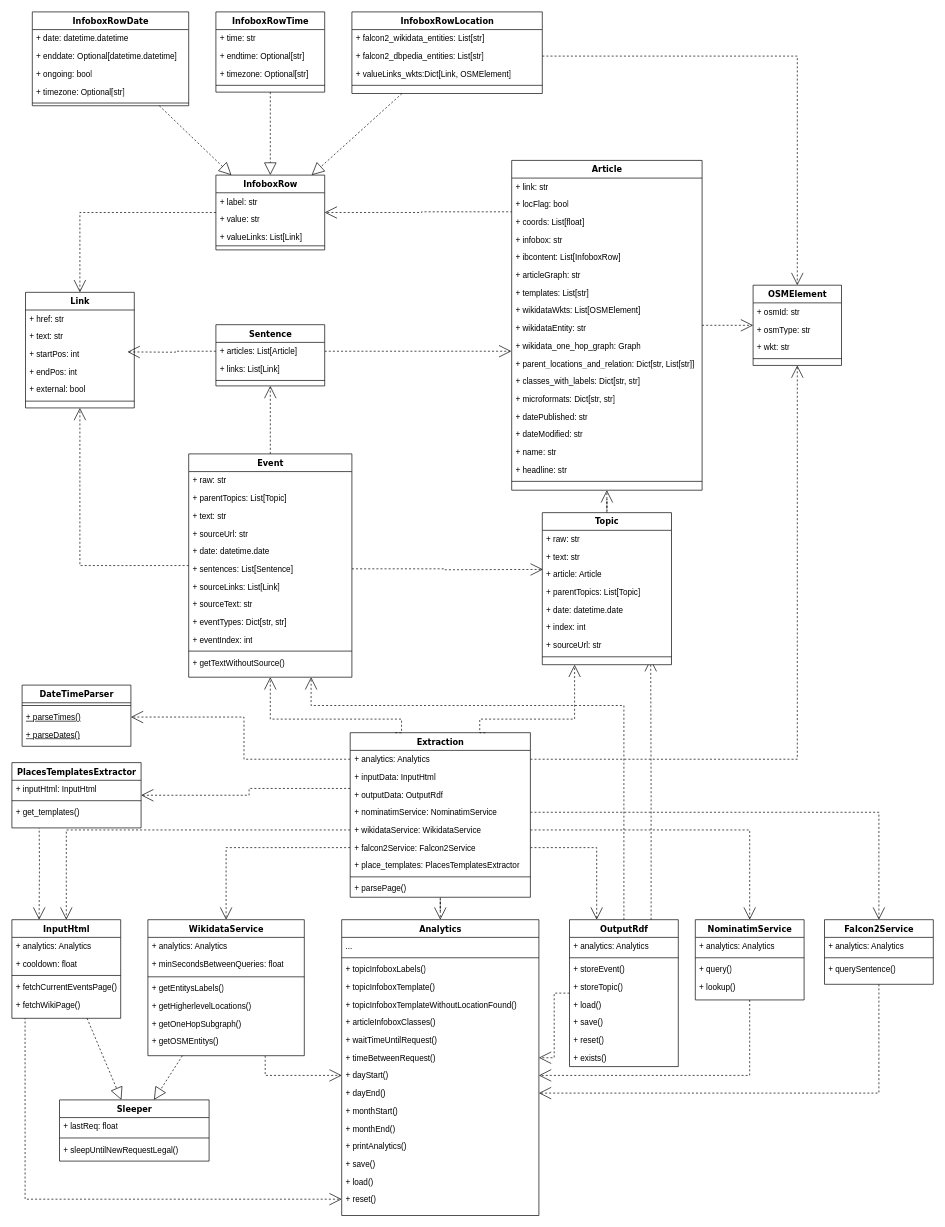
Above: docs/class_diagram.drawio in semantic-systems/current-events-to-kg (draw.io), before the change. Source tidied: cells renumbered, new cells numbered last; positions are measured from the earlier drawing's top-left corner, leaving out a move shared by most shapes. Both pictures are drawn from the tidied source at 68%, with x=0, y=0 at pixel (12, 12).
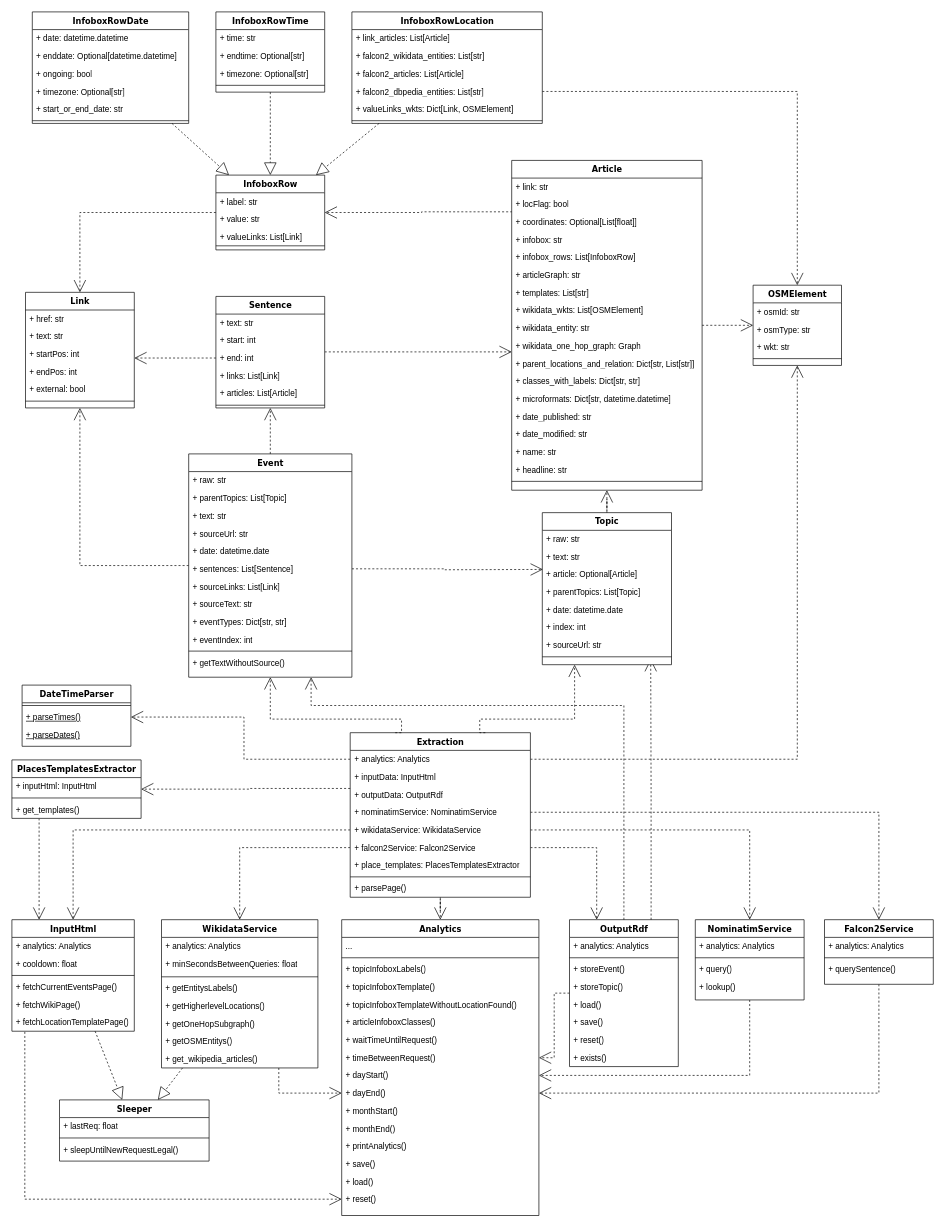
The same page after the edit.

Commit message (it also covers changes not shown here):
updated class diagram

The change refers to these unchanged cells:
```xml
<mxCell id="43" value="+ dayStart()" style="text;html=1;strokeColor=none;fillColor=none;align=left;verticalAlign=top;spacingLeft=4;spacingRight=4;whiteSpace=wrap;overflow=hidden;points=[[0,0.5],[1,0.5]];portConstraint=eastwest;" parent="34" vertex="1">
  <mxGeometry y="216" width="290" height="26" as="geometry" />
</mxCell>
<mxCell id="44" value="+ dayEnd()" style="text;html=1;strokeColor=none;fillColor=none;align=left;verticalAlign=top;spacingLeft=4;spacingRight=4;whiteSpace=wrap;overflow=hidden;points=[[0,0.5],[1,0.5]];portConstraint=eastwest;" parent="34" vertex="1">
  <mxGeometry y="242" width="290" height="26" as="geometry" />
</mxCell>
<mxCell id="80" value="Article" style="swimlane;html=1;fontStyle=1;align=center;verticalAlign=top;horizontal=1;startSize=26;swimlaneFillColor=#ffffff;rounded=0;shadow=0;comic=0;labelBackgroundColor=none;strokeWidth=1;fillColor=none;fontFamily=Verdana;fontSize=12;" parent="1" vertex="1">
  <mxGeometry x="735" y="218.4" width="280" height="485" as="geometry" />
</mxCell>
<mxCell id="91" value="+ parent_locations_and_relation: Dict[str, List[str]]" style="text;html=1;strokeColor=none;fillColor=none;align=left;verticalAlign=top;spacingLeft=4;spacingRight=4;whiteSpace=wrap;overflow=hidden;points=[[0,0.5],[1,0.5]];portConstraint=eastwest;" parent="80" vertex="1">
  <mxGeometry y="286" width="280" height="26" as="geometry" />
</mxCell>
<mxCell id="100" value="Topic" style="swimlane;html=1;fontStyle=1;align=center;verticalAlign=top;horizontal=1;startSize=26;swimlaneFillColor=#ffffff;rounded=0;shadow=0;comic=0;labelBackgroundColor=none;strokeWidth=1;fillColor=none;fontFamily=Verdana;fontSize=12;" parent="1" vertex="1">
  <mxGeometry x="780" y="736.4" width="190" height="223.6" as="geometry" />
</mxCell>
<mxCell id="150" value="Link" style="swimlane;html=1;fontStyle=1;align=center;verticalAlign=top;horizontal=1;startSize=26;swimlaneFillColor=#ffffff;rounded=0;shadow=0;comic=0;labelBackgroundColor=none;strokeWidth=1;fillColor=none;fontFamily=Verdana;fontSize=12;" parent="1" vertex="1">
  <mxGeometry x="20" y="412.4" width="160" height="170" as="geometry" />
</mxCell>
```

The edit, as a diff of the source:
```diff
@@
     <mxCell id="52" value="InputHtml" style="swimlane;html=1;fontStyle=1;align=center;verticalAlign=top;horizontal=1;startSize=26;swimlaneFillColor=#ffffff;rounded=0;shadow=0;comic=0;labelBackgroundColor=none;strokeWidth=1;fillColor=none;fontFamily=Verdana;fontSize=12;" parent="1" vertex="1">
-      <mxGeometry y="1335" width="160" height="145" as="geometry" />
+      <mxGeometry y="1335" width="180" height="164" as="geometry" />
     </mxCell>
     <mxCell id="53" value="+ analytics: Analytics" style="text;html=1;strokeColor=none;fillColor=none;align=left;verticalAlign=top;spacingLeft=4;spacingRight=4;whiteSpace=wrap;overflow=hidden;" parent="52" vertex="1">
-      <mxGeometry y="26" width="160" height="26" as="geometry" />
+      <mxGeometry y="26" width="180" height="26" as="geometry" />
     </mxCell>
     <mxCell id="54" value="+ cooldown: float" style="text;html=1;strokeColor=none;fillColor=none;align=left;verticalAlign=top;spacingLeft=4;spacingRight=4;whiteSpace=wrap;overflow=hidden;" parent="52" vertex="1">
-      <mxGeometry y="52" width="160" height="26" as="geometry" />
+      <mxGeometry y="52" width="180" height="26" as="geometry" />
     </mxCell>
     <mxCell id="55" style="line;html=1;strokeWidth=1;fillColor=none;align=left;verticalAlign=middle;spacingTop=-1;spacingLeft=3;spacingRight=3;labelPosition=right;" parent="52" vertex="1">
-      <mxGeometry y="78" width="160" height="8" as="geometry" />
+      <mxGeometry y="78" width="180" height="8" as="geometry" />
     </mxCell>
     <mxCell id="56" value="+ fetchCurrentEventsPage()" style="text;html=1;strokeColor=none;fillColor=none;align=left;verticalAlign=top;spacingLeft=4;spacingRight=4;whiteSpace=wrap;overflow=hidden;" parent="52" vertex="1">
-      <mxGeometry y="86" width="160" height="26" as="geometry" />
+      <mxGeometry y="86" width="180" height="26" as="geometry" />
     </mxCell>
     <mxCell id="57" value="+ fetchWikiPage()" style="text;html=1;strokeColor=none;fillColor=none;align=left;verticalAlign=top;spacingLeft=4;spacingRight=4;whiteSpace=wrap;overflow=hidden;points=[[0,0.5],[1,0.5]];portConstraint=eastwest;" parent="52" vertex="1">
-      <mxGeometry y="112" width="160" height="26" as="geometry" />
+      <mxGeometry y="112" width="180" height="26" as="geometry" />
     </mxCell>
+    <mxCell id="185" value="+ fetchLocationTemplatePage()" style="text;html=1;strokeColor=none;fillColor=none;align=left;verticalAlign=top;spacingLeft=4;spacingRight=4;whiteSpace=wrap;overflow=hidden;" parent="52" vertex="1">
+      <mxGeometry y="138" width="180" height="26" as="geometry" />
+    </mxCell>
@@
-    <mxCell id="64" style="edgeStyle=orthogonalEdgeStyle;shape=connector;rounded=0;jettySize=auto;html=1;dashed=1;labelBackgroundColor=none;strokeColor=default;fontFamily=Verdana;fontSize=12;fontColor=default;startArrow=none;startFill=0;endArrow=open;endFill=0;startSize=8;endSize=16;exitX=0.75;exitY=1;exitDx=0;exitDy=0;" parent="1" edge="1" source="65" target="43">
+    <mxCell id="64" style="edgeStyle=orthogonalEdgeStyle;shape=connector;rounded=0;jettySize=auto;html=1;dashed=1;labelBackgroundColor=none;strokeColor=default;fontFamily=Verdana;fontSize=12;fontColor=default;startArrow=none;startFill=0;endArrow=open;endFill=0;startSize=8;endSize=16;exitX=0.75;exitY=1;exitDx=0;exitDy=0;entryX=0;entryY=0.5;entryDx=0;entryDy=0;" parent="1" edge="1" source="65" target="44">
       <mxGeometry relative="1" as="geometry" />
     </mxCell>
     <mxCell id="65" value="WikidataService" style="swimlane;html=1;fontStyle=1;align=center;verticalAlign=top;horizontal=1;startSize=26;swimlaneFillColor=#ffffff;rounded=0;shadow=0;comic=0;labelBackgroundColor=none;strokeWidth=1;fillColor=none;fontFamily=Verdana;fontSize=12;" parent="1" vertex="1">
-      <mxGeometry x="200" y="1335" width="230" height="200" as="geometry" />
+      <mxGeometry x="220" y="1335" width="230" height="218" as="geometry" />
     </mxCell>
@@
+    <mxCell id="186" value="+ get_wikipedia_articles()" style="text;html=1;strokeColor=none;fillColor=none;align=left;verticalAlign=top;spacingLeft=4;spacingRight=4;whiteSpace=wrap;overflow=hidden;" parent="65" vertex="1">
+      <mxGeometry y="192" width="230" height="26" as="geometry" />
+    </mxCell>
@@
-    <mxCell id="83" value="+ coords: List[float]" style="text;html=1;strokeColor=none;fillColor=none;align=left;verticalAlign=top;spacingLeft=4;spacingRight=4;whiteSpace=wrap;overflow=hidden;" parent="80" vertex="1">
+    <mxCell id="83" value="+ coordinates: Optional[List[float]]" style="text;html=1;strokeColor=none;fillColor=none;align=left;verticalAlign=top;spacingLeft=4;spacingRight=4;whiteSpace=wrap;overflow=hidden;" parent="80" vertex="1">
       <mxGeometry y="78" width="280" height="26" as="geometry" />
     </mxCell>
@@
-    <mxCell id="85" value="+ ibcontent: List[InfoboxRow]" style="text;html=1;strokeColor=none;fillColor=none;align=left;verticalAlign=top;spacingLeft=4;spacingRight=4;whiteSpace=wrap;overflow=hidden;" parent="80" vertex="1">
+    <mxCell id="85" value="+ infobox_rows: List[InfoboxRow]" style="text;html=1;strokeColor=none;fillColor=none;align=left;verticalAlign=top;spacingLeft=4;spacingRight=4;whiteSpace=wrap;overflow=hidden;" parent="80" vertex="1">
       <mxGeometry y="130" width="280" height="26" as="geometry" />
     </mxCell>
@@
-    <mxCell id="88" value="+ wikidataWkts: List[OSMElement]" style="text;html=1;strokeColor=none;fillColor=none;align=left;verticalAlign=top;spacingLeft=4;spacingRight=4;whiteSpace=wrap;overflow=hidden;" parent="80" vertex="1">
+    <mxCell id="88" value="+ wikidata_wkts: List[OSMElement]" style="text;html=1;strokeColor=none;fillColor=none;align=left;verticalAlign=top;spacingLeft=4;spacingRight=4;whiteSpace=wrap;overflow=hidden;" parent="80" vertex="1">
       <mxGeometry y="208" width="280" height="26" as="geometry" />
     </mxCell>
-    <mxCell id="89" value="+ wikidataEntity: str" style="text;html=1;strokeColor=none;fillColor=none;align=left;verticalAlign=top;spacingLeft=4;spacingRight=4;whiteSpace=wrap;overflow=hidden;" parent="80" vertex="1">
+    <mxCell id="89" value="+ wikidata_entity: str" style="text;html=1;strokeColor=none;fillColor=none;align=left;verticalAlign=top;spacingLeft=4;spacingRight=4;whiteSpace=wrap;overflow=hidden;" parent="80" vertex="1">
       <mxGeometry y="234" width="280" height="26" as="geometry" />
     </mxCell>
@@
-    <mxCell id="93" value="+ microformats: Dict[str, str]" style="text;html=1;strokeColor=none;fillColor=none;align=left;verticalAlign=top;spacingLeft=4;spacingRight=4;whiteSpace=wrap;overflow=hidden;" parent="80" vertex="1">
+    <mxCell id="93" value="+ microformats: Dict[str, datetime.datetime]" style="text;html=1;strokeColor=none;fillColor=none;align=left;verticalAlign=top;spacingLeft=4;spacingRight=4;whiteSpace=wrap;overflow=hidden;" parent="80" vertex="1">
       <mxGeometry y="338" width="280" height="26" as="geometry" />
     </mxCell>
-    <mxCell id="94" value="+ datePublished: str" style="text;html=1;strokeColor=none;fillColor=none;align=left;verticalAlign=top;spacingLeft=4;spacingRight=4;whiteSpace=wrap;overflow=hidden;" parent="80" vertex="1">
+    <mxCell id="94" value="+ date_published: str" style="text;html=1;strokeColor=none;fillColor=none;align=left;verticalAlign=top;spacingLeft=4;spacingRight=4;whiteSpace=wrap;overflow=hidden;" parent="80" vertex="1">
       <mxGeometry y="364" width="280" height="26" as="geometry" />
     </mxCell>
-    <mxCell id="95" value="+ dateModified: str" style="text;html=1;strokeColor=none;fillColor=none;align=left;verticalAlign=top;spacingLeft=4;spacingRight=4;whiteSpace=wrap;overflow=hidden;" parent="80" vertex="1">
+    <mxCell id="95" value="+ date_modified: str" style="text;html=1;strokeColor=none;fillColor=none;align=left;verticalAlign=top;spacingLeft=4;spacingRight=4;whiteSpace=wrap;overflow=hidden;" parent="80" vertex="1">
       <mxGeometry y="390" width="280" height="26" as="geometry" />
     </mxCell>
@@
-    <mxCell id="103" value="+ article: Article" style="text;html=1;strokeColor=none;fillColor=none;align=left;verticalAlign=top;spacingLeft=4;spacingRight=4;whiteSpace=wrap;overflow=hidden;" parent="100" vertex="1">
+    <mxCell id="103" value="+ article: Optional[Article]" style="text;html=1;strokeColor=none;fillColor=none;align=left;verticalAlign=top;spacingLeft=4;spacingRight=4;whiteSpace=wrap;overflow=hidden;" parent="100" vertex="1">
       <mxGeometry y="78" width="190" height="26" as="geometry" />
     </mxCell>
@@
     <mxCell id="131" value="InfoboxRowDate" style="swimlane;html=1;fontStyle=1;align=center;verticalAlign=top;horizontal=1;startSize=26;swimlaneFillColor=#ffffff;rounded=0;shadow=0;comic=0;labelBackgroundColor=none;strokeWidth=1;fillColor=none;fontFamily=Verdana;fontSize=12;" parent="1" vertex="1">
-      <mxGeometry x="30" width="230" height="138" as="geometry" />
+      <mxGeometry x="30" width="230" height="164" as="geometry" />
     </mxCell>
@@
+    <mxCell id="187" value="+ start_or_end_date: str" style="text;html=1;strokeColor=none;fillColor=none;align=left;verticalAlign=top;spacingLeft=4;spacingRight=4;whiteSpace=wrap;overflow=hidden;" parent="131" vertex="1">
+      <mxGeometry y="130" width="230" height="26" as="geometry" />
+    </mxCell>
     <mxCell id="136" style="line;html=1;strokeWidth=1;fillColor=none;align=left;verticalAlign=middle;spacingTop=-1;spacingLeft=3;spacingRight=3;labelPosition=right;" parent="131" vertex="1">
-      <mxGeometry y="130" width="230" height="8" as="geometry" />
+      <mxGeometry y="156" width="230" height="8" as="geometry" />
     </mxCell>
@@
     <mxCell id="143" value="InfoboxRowLocation" style="swimlane;html=1;fontStyle=1;align=center;verticalAlign=top;horizontal=1;startSize=26;swimlaneFillColor=#ffffff;rounded=0;shadow=0;comic=0;labelBackgroundColor=none;strokeWidth=1;fillColor=none;fontFamily=Verdana;fontSize=12;" parent="1" vertex="1">
-      <mxGeometry x="500" width="280" height="120" as="geometry" />
+      <mxGeometry x="500" width="280" height="164" as="geometry" />
     </mxCell>
+    <mxCell id="188" value="+ link_articles: List[Article]" style="text;html=1;strokeColor=none;fillColor=none;align=left;verticalAlign=top;spacingLeft=4;spacingRight=4;whiteSpace=wrap;overflow=hidden;" parent="143" vertex="1">
+      <mxGeometry y="26" width="280" height="26" as="geometry" />
+    </mxCell>
     <mxCell id="144" value="+ falcon2_wikidata_entities: List[str]" style="text;html=1;strokeColor=none;fillColor=none;align=left;verticalAlign=top;spacingLeft=4;spacingRight=4;whiteSpace=wrap;overflow=hidden;" parent="143" vertex="1">
-      <mxGeometry y="26" width="280" height="26" as="geometry" />
+      <mxGeometry y="52" width="280" height="26" as="geometry" />
     </mxCell>
+    <mxCell id="189" value="+ falcon2_articles: List[Article]" style="text;html=1;strokeColor=none;fillColor=none;align=left;verticalAlign=top;spacingLeft=4;spacingRight=4;whiteSpace=wrap;overflow=hidden;" parent="143" vertex="1">
+      <mxGeometry y="78" width="280" height="26" as="geometry" />
+    </mxCell>
     <mxCell id="145" value="+ falcon2_dbpedia_entities: List[str]" style="text;html=1;strokeColor=none;fillColor=none;align=left;verticalAlign=top;spacingLeft=4;spacingRight=4;whiteSpace=wrap;overflow=hidden;points=[[0,0.5],[1,0.5]];portConstraint=eastwest;" parent="143" vertex="1">
-      <mxGeometry y="52" width="280" height="26" as="geometry" />
+      <mxGeometry y="104" width="280" height="26" as="geometry" />
     </mxCell>
-    <mxCell id="146" value="+ valueLinks_wkts:Dict[Link, OSMElement]" style="text;html=1;strokeColor=none;fillColor=none;align=left;verticalAlign=top;spacingLeft=4;spacingRight=4;whiteSpace=wrap;overflow=hidden;" parent="143" vertex="1">
-      <mxGeometry y="78" width="280" height="26" as="geometry" />
+    <mxCell id="146" value="+ valueLinks_wkts: Dict[Link, OSMElement]" style="text;html=1;strokeColor=none;fillColor=none;align=left;verticalAlign=top;spacingLeft=4;spacingRight=4;whiteSpace=wrap;overflow=hidden;" parent="143" vertex="1">
+      <mxGeometry y="130" width="280" height="26" as="geometry" />
     </mxCell>
     <mxCell id="147" style="line;html=1;strokeWidth=1;fillColor=none;align=left;verticalAlign=middle;spacingTop=-1;spacingLeft=3;spacingRight=3;labelPosition=right;" parent="143" vertex="1">
-      <mxGeometry y="104" width="280" height="8" as="geometry" />
+      <mxGeometry y="156" width="280" height="8" as="geometry" />
     </mxCell>
@@
-    <mxCell id="162" style="edgeStyle=orthogonalEdgeStyle;shape=connector;rounded=0;jettySize=auto;html=1;dashed=1;labelBackgroundColor=none;strokeColor=default;fontFamily=Verdana;fontSize=12;fontColor=default;startArrow=none;startFill=0;endArrow=open;endFill=0;startSize=8;endSize=16;exitX=1;exitY=0.5;exitDx=0;exitDy=0;entryX=-0.002;entryY=-0.207;entryDx=0;entryDy=0;entryPerimeter=0;" parent="1" edge="1" source="165" target="91">
+    <mxCell id="162" style="edgeStyle=elbowEdgeStyle;shape=connector;rounded=0;jettySize=auto;html=1;dashed=1;labelBackgroundColor=none;strokeColor=default;fontFamily=Verdana;fontSize=12;fontColor=default;startArrow=none;startFill=0;endArrow=open;endFill=0;startSize=8;endSize=16;elbow=vertical;" parent="1" edge="1" source="164" target="80">
       <mxGeometry relative="1" as="geometry" />
     </mxCell>
-    <mxCell id="163" style="edgeStyle=orthogonalEdgeStyle;shape=connector;rounded=0;jettySize=auto;html=1;dashed=1;labelBackgroundColor=none;strokeColor=default;fontFamily=Verdana;fontSize=12;fontColor=default;startArrow=none;startFill=0;endArrow=open;endFill=0;startSize=8;endSize=16;exitX=0;exitY=0.5;exitDx=0;exitDy=0;" parent="1" edge="1" source="165">
+    <mxCell id="163" style="edgeStyle=elbowEdgeStyle;shape=connector;rounded=0;jettySize=auto;html=1;dashed=1;labelBackgroundColor=none;strokeColor=default;fontFamily=Verdana;fontSize=12;fontColor=default;startArrow=none;startFill=0;endArrow=open;endFill=0;startSize=8;endSize=16;elbow=vertical;" parent="1" edge="1" source="164" target="150">
       <mxGeometry relative="1" as="geometry">
-        <mxPoint x="170" y="500" as="targetPoint" />
+        <Array as="points">
+          <mxPoint x="260" y="509" />
+        </Array>
       </mxGeometry>
     </mxCell>
     <mxCell id="164" value="Sentence" style="swimlane;html=1;fontStyle=1;align=center;verticalAlign=top;horizontal=1;startSize=26;swimlaneFillColor=#ffffff;rounded=0;shadow=0;comic=0;labelBackgroundColor=none;strokeWidth=1;fillColor=none;fontFamily=Verdana;fontSize=12;" parent="1" vertex="1">
-      <mxGeometry x="300" y="460" width="160" height="90" as="geometry" />
+      <mxGeometry x="300" y="418.4" width="160" height="164" as="geometry" />
     </mxCell>
-    <mxCell id="165" value="+ articles: List[Article]" style="text;html=1;strokeColor=none;fillColor=none;align=left;verticalAlign=top;spacingLeft=4;spacingRight=4;whiteSpace=wrap;overflow=hidden;points=[[0,0.5],[1,0.5]];portConstraint=eastwest;" parent="164" vertex="1">
+    <mxCell id="165" value="+ text: str" style="text;html=1;strokeColor=none;fillColor=none;align=left;verticalAlign=top;spacingLeft=4;spacingRight=4;whiteSpace=wrap;overflow=hidden;points=[[0,0.5],[1,0.5]];portConstraint=eastwest;" parent="164" vertex="1">
       <mxGeometry y="26" width="160" height="26" as="geometry" />
     </mxCell>
+    <mxCell id="190" value="+ start: int" style="text;html=1;strokeColor=none;fillColor=none;align=left;verticalAlign=top;spacingLeft=4;spacingRight=4;whiteSpace=wrap;overflow=hidden;" parent="164" vertex="1">
+      <mxGeometry y="52" width="160" height="26" as="geometry" />
+    </mxCell>
+    <mxCell id="191" value="+ end: int" style="text;html=1;strokeColor=none;fillColor=none;align=left;verticalAlign=top;spacingLeft=4;spacingRight=4;whiteSpace=wrap;overflow=hidden;" parent="164" vertex="1">
+      <mxGeometry y="78" width="160" height="26" as="geometry" />
+    </mxCell>
     <mxCell id="166" value="+ links: List[Link]" style="text;html=1;strokeColor=none;fillColor=none;align=left;verticalAlign=top;spacingLeft=4;spacingRight=4;whiteSpace=wrap;overflow=hidden;" parent="164" vertex="1">
-      <mxGeometry y="52" width="160" height="26" as="geometry" />
+      <mxGeometry y="104" width="160" height="26" as="geometry" />
     </mxCell>
+    <mxCell id="192" value="+ articles: List[Article]" style="text;html=1;strokeColor=none;fillColor=none;align=left;verticalAlign=top;spacingLeft=4;spacingRight=4;whiteSpace=wrap;overflow=hidden;" parent="164" vertex="1">
+      <mxGeometry y="130" width="160" height="26" as="geometry" />
+    </mxCell>
     <mxCell id="167" style="line;html=1;strokeWidth=1;fillColor=none;align=left;verticalAlign=middle;spacingTop=-1;spacingLeft=3;spacingRight=3;labelPosition=right;" parent="164" vertex="1">
-      <mxGeometry y="78" width="160" height="8" as="geometry" />
+      <mxGeometry y="156" width="160" height="8" as="geometry" />
     </mxCell>
@@
-    <mxCell id="179" style="edgeStyle=orthogonalEdgeStyle;shape=connector;rounded=0;jettySize=auto;html=1;entryX=0.25;entryY=0;entryDx=0;entryDy=0;dashed=1;labelBackgroundColor=none;strokeColor=default;fontFamily=Verdana;fontSize=12;fontColor=default;startArrow=none;startFill=0;endArrow=open;endFill=0;startSize=8;endSize=16;" parent="1" edge="1" target="52">
+    <mxCell id="179" style="shape=connector;rounded=0;jettySize=auto;html=1;dashed=1;labelBackgroundColor=none;strokeColor=default;fontFamily=Verdana;fontSize=12;fontColor=default;startArrow=none;startFill=0;endArrow=open;endFill=0;startSize=8;endSize=16;edgeStyle=elbowEdgeStyle;" parent="1" edge="1" target="52">
       <mxGeometry relative="1" as="geometry">
         <mxPoint x="40" y="1180" as="sourcePoint" />
       </mxGeometry>
     </mxCell>
     <mxCell id="180" value="PlacesTemplatesExtractor" style="swimlane;html=1;fontStyle=1;align=center;verticalAlign=top;horizontal=1;startSize=26;swimlaneFillColor=#ffffff;rounded=0;shadow=0;comic=0;labelBackgroundColor=none;strokeWidth=1;fillColor=none;fontFamily=Verdana;fontSize=12;" parent="1" vertex="1">
-      <mxGeometry y="1104" width="190" height="96" as="geometry" />
+      <mxGeometry y="1100" width="190" height="86" as="geometry" />
     </mxCell>
```
